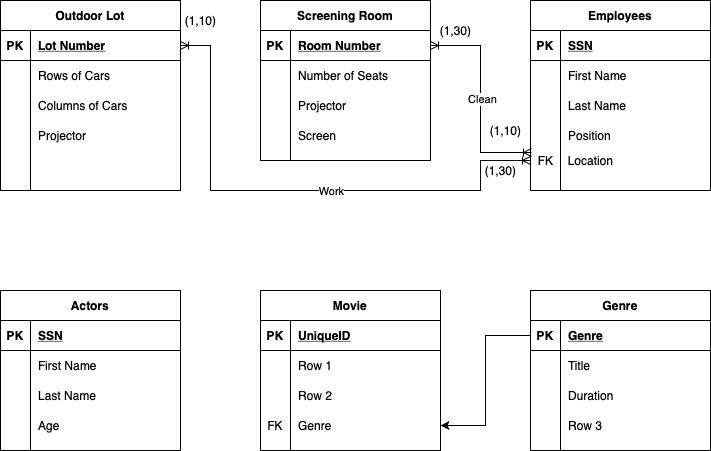
lqr5252/Lab-1 keeps this draw.io diagram as images/Lab 2 210 Project ER Diagram.png. Above is the earlier version. Source tidied: cells renumbered, new cells last; positions are measured from the earlier drawing's top-left corner, leaving out a move shared by most shapes.
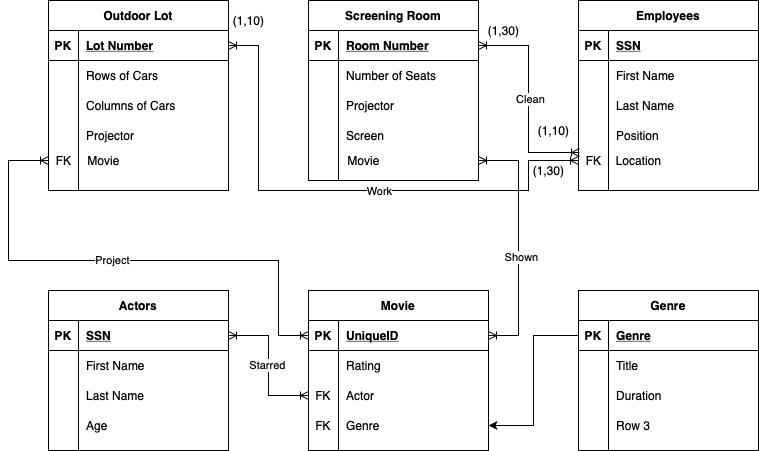
The same file after the commit.

The edit, as a diff of the source:
```diff
@@ -59,16 +59,16 @@
     <mxCell id="20" style="shape=partialRectangle;fillColor=none;top=0;left=0;bottom=0;right=0;overflow=hidden;" parent="19" vertex="1">
       <mxGeometry width="30" height="30" as="geometry" />
     </mxCell>
-    <mxCell id="21" value="Row 1" style="shape=partialRectangle;fillColor=none;top=0;left=0;bottom=0;right=0;align=left;spacingLeft=6;overflow=hidden;" parent="19" vertex="1">
+    <mxCell id="21" value="Rating" style="shape=partialRectangle;fillColor=none;top=0;left=0;bottom=0;right=0;align=left;spacingLeft=6;overflow=hidden;" parent="19" vertex="1">
       <mxGeometry x="30" width="150" height="30" as="geometry" />
     </mxCell>
     <mxCell id="22" style="shape=partialRectangle;fillColor=none;top=0;left=0;bottom=0;right=0;points=[[0,0.5],[1,0.5]];portConstraint=eastwest;" parent="15" vertex="1">
       <mxGeometry y="90" width="180" height="30" as="geometry" />
     </mxCell>
-    <mxCell id="23" style="shape=partialRectangle;fillColor=none;top=0;left=0;bottom=0;right=0;overflow=hidden;" parent="22" vertex="1">
+    <mxCell id="23" value="FK" style="shape=partialRectangle;fillColor=none;top=0;left=0;bottom=0;right=0;overflow=hidden;" parent="22" vertex="1">
       <mxGeometry width="30" height="30" as="geometry" />
     </mxCell>
-    <mxCell id="24" value="Row 2" style="shape=partialRectangle;fillColor=none;top=0;left=0;bottom=0;right=0;align=left;spacingLeft=6;overflow=hidden;" parent="22" vertex="1">
+    <mxCell id="24" value="Actor" style="shape=partialRectangle;fillColor=none;top=0;left=0;bottom=0;right=0;align=left;spacingLeft=6;overflow=hidden;" parent="22" vertex="1">
       <mxGeometry x="30" width="150" height="30" as="geometry" />
     </mxCell>
     <mxCell id="25" style="shape=partialRectangle;fillColor=none;top=0;left=0;bottom=0;right=0;points=[[0,0.5],[1,0.5]];portConstraint=eastwest;" parent="15" vertex="1">
@@ -81,7 +81,7 @@
       <mxGeometry x="30" width="150" height="30" as="geometry" />
     </mxCell>
     <mxCell id="28" value="Screening Room" style="shape=table;startSize=30;rowLines=0;fontStyle=1;align=center;" parent="1" vertex="1">
-      <mxGeometry x="260" width="170" height="160" as="geometry" />
+      <mxGeometry x="260" width="170" height="180" as="geometry" />
     </mxCell>
     <mxCell id="29" style="shape=partialRectangle;fillColor=none;top=0;left=0;bottom=1;right=0;points=[[0,0.5],[1,0.5]];portConstraint=eastwest;" parent="28" vertex="1">
       <mxGeometry y="30" width="170" height="30" as="geometry" />
@@ -278,5 +278,46 @@
     <mxCell id="90" value="(1,10)" style="text;html=1;align=center;verticalAlign=middle;" parent="1" vertex="1">
       <mxGeometry x="175" y="10" width="50" height="20" as="geometry" />
     </mxCell>
+    <mxCell id="91" value="Movie" style="text;html=1;align=center;verticalAlign=middle;" parent="1" vertex="1">
+      <mxGeometry x="290" y="150" width="50" height="20" as="geometry" />
+    </mxCell>
+    <mxCell id="92" value="Movie" style="text;html=1;align=center;verticalAlign=middle;" parent="1" vertex="1">
+      <mxGeometry x="30" y="150" width="50" height="20" as="geometry" />
+    </mxCell>
+    <mxCell id="93" style="edgeStyle=orthogonalEdgeStyle;rounded=0;jettySize=auto;html=1;exitX=1;exitY=0.5;exitDx=0;exitDy=0;entryX=0;entryY=0.5;entryDx=0;entryDy=0;startArrow=ERoneToMany;startFill=0;endArrow=ERoneToMany;endFill=0;" parent="1" edge="1" source="73" target="22">
+      <mxGeometry relative="1" as="geometry" />
+    </mxCell>
+    <mxCell id="94" value="Starred" style="edgeLabel;html=1;align=center;verticalAlign=middle;" parent="93" vertex="1">
+      <mxGeometry x="-0.01" y="-2" relative="1" as="geometry" />
+    </mxCell>
+    <mxCell id="95" style="edgeStyle=orthogonalEdgeStyle;rounded=0;jettySize=auto;html=1;exitX=0;exitY=0.5;exitDx=0;exitDy=0;startArrow=ERoneToMany;startFill=0;endArrow=ERoneToMany;endFill=0;" parent="1" edge="1" source="16">
+      <mxGeometry relative="1" as="geometry">
+        <mxPoint y="160" as="targetPoint" />
+        <Array as="points">
+          <mxPoint x="230" y="335" />
+          <mxPoint x="230" y="260" />
+          <mxPoint x="-40" y="260" />
+          <mxPoint x="-40" y="160" />
+        </Array>
+      </mxGeometry>
+    </mxCell>
+    <mxCell id="96" value="Project" style="edgeLabel;html=1;align=center;verticalAlign=middle;" parent="95" vertex="1">
+      <mxGeometry x="0.06" y="-1" relative="1" as="geometry" />
+    </mxCell>
+    <mxCell id="97" value="FK" style="text;html=1;align=center;verticalAlign=middle;" parent="1" vertex="1">
+      <mxGeometry y="150" width="30" height="20" as="geometry" />
+    </mxCell>
+    <mxCell id="98" style="edgeStyle=orthogonalEdgeStyle;rounded=0;jettySize=auto;html=1;exitX=1;exitY=0.5;exitDx=0;exitDy=0;startArrow=ERoneToMany;startFill=0;endArrow=ERoneToMany;endFill=0;" parent="1" edge="1" source="16">
+      <mxGeometry relative="1" as="geometry">
+        <mxPoint x="430" y="160" as="targetPoint" />
+        <Array as="points">
+          <mxPoint x="470" y="335" />
+          <mxPoint x="470" y="160" />
+        </Array>
+      </mxGeometry>
+    </mxCell>
+    <mxCell id="99" value="Shown" style="edgeLabel;html=1;align=center;verticalAlign=middle;" parent="98" vertex="1">
+      <mxGeometry x="-0.11" y="-2" relative="1" as="geometry" />
+    </mxCell>
   </root>
 </mxGraphModel>
```
